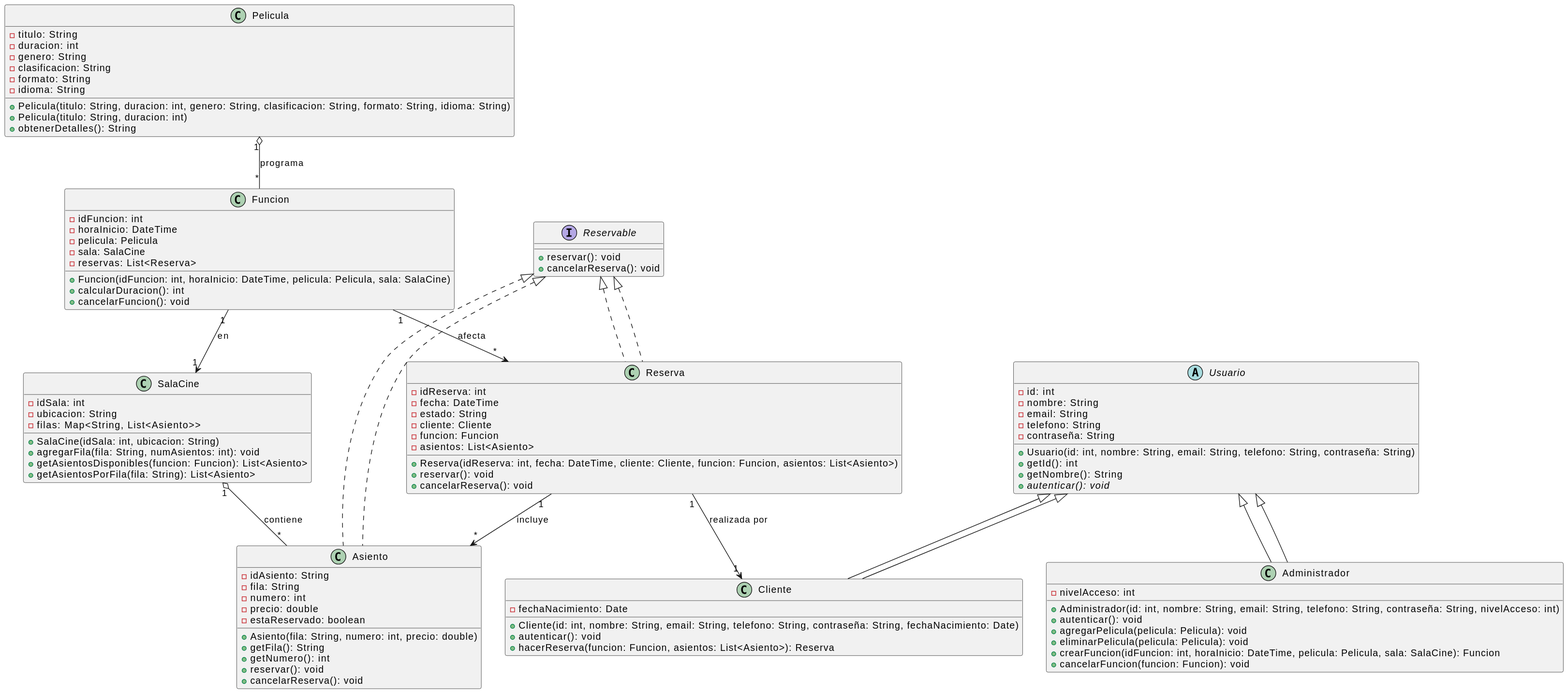
This is diagrama.svg from Nekstoreo/taller1-aplicaciones-moviles, a PlantUML export, as it was before one commit.
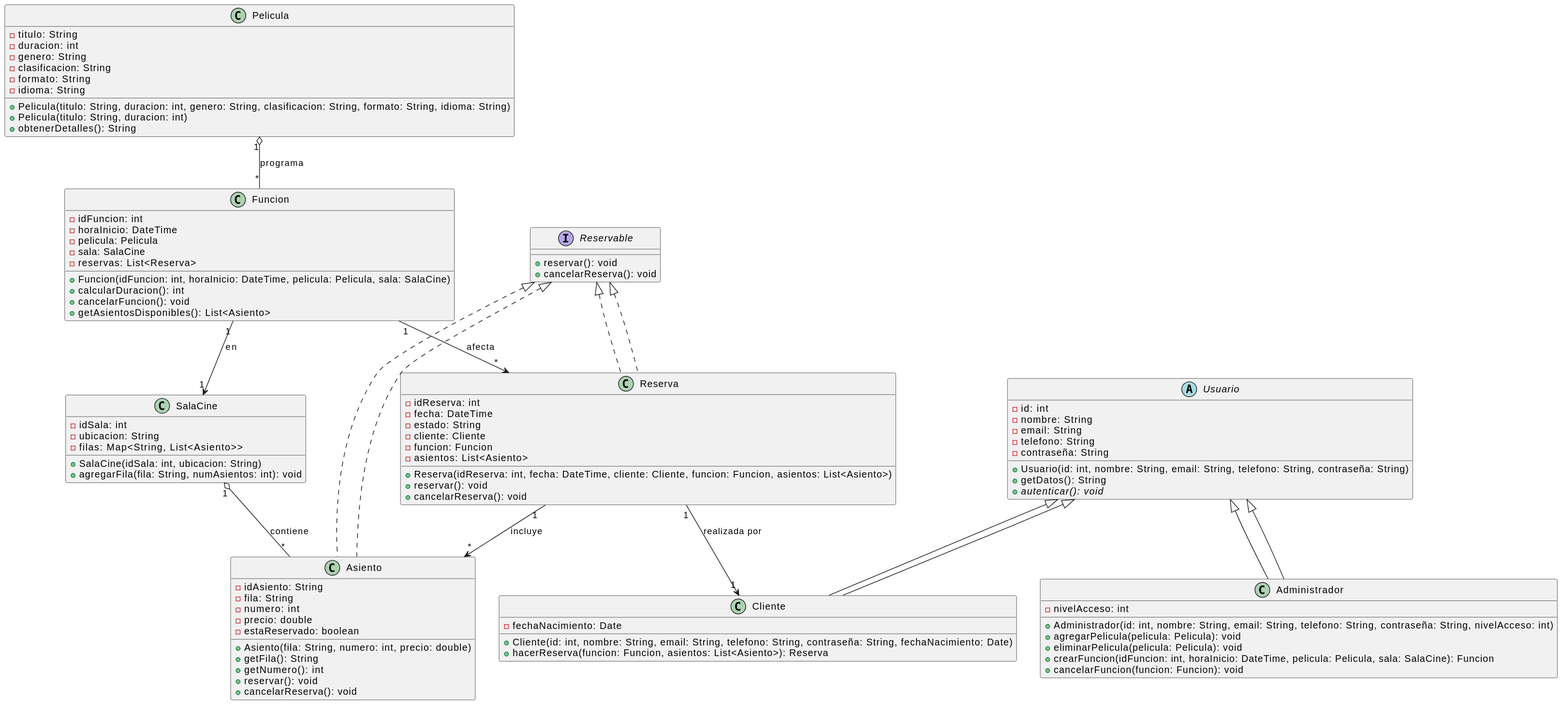
The same diagram one commit later.

Commit message:
Actualización del diagrama UML

The edit, as a diff of the source:
```diff
@@ -17,8 +17,6 @@
     - filas: Map<String, List<Asiento>>
     + SalaCine(idSala: int, ubicacion: String)
     + agregarFila(fila: String, numAsientos: int): void
-    + getAsientosDisponibles(funcion: Funcion): List<Asiento>
-    + getAsientosPorFila(fila: String): List<Asiento>
 }
 
 class Asiento implements Reservable {
@@ -46,22 +44,19 @@
     - telefono: String
     - contraseña: String
     + Usuario(id: int, nombre: String, email: String, telefono: String, contraseña: String)
-    + getId(): int
-    + getNombre(): String
+    + getDatos(): String
     + autenticar(): void {abstract}
 }
 
 class Cliente extends Usuario {
     - fechaNacimiento: Date
     + Cliente(id: int, nombre: String, email: String, telefono: String, contraseña: String, fechaNacimiento: Date)
-    + autenticar(): void
     + hacerReserva(funcion: Funcion, asientos: List<Asiento>): Reserva
 }
 
 class Administrador extends Usuario {
     - nivelAcceso: int
     + Administrador(id: int, nombre: String, email: String, telefono: String, contraseña: String, nivelAcceso: int)
-    + autenticar(): void
     + agregarPelicula(pelicula: Pelicula): void
     + eliminarPelicula(pelicula: Pelicula): void
     + crearFuncion(idFuncion: int, horaInicio: DateTime, pelicula: Pelicula, sala: SalaCine): Funcion
@@ -77,6 +72,7 @@
     + Funcion(idFuncion: int, horaInicio: DateTime, pelicula: Pelicula, sala: SalaCine)
     + calcularDuracion(): int
     + cancelarFuncion(): void
+    + getAsientosDisponibles(): List<Asiento>
 }
 
 class Reserva implements Reservable {
```
